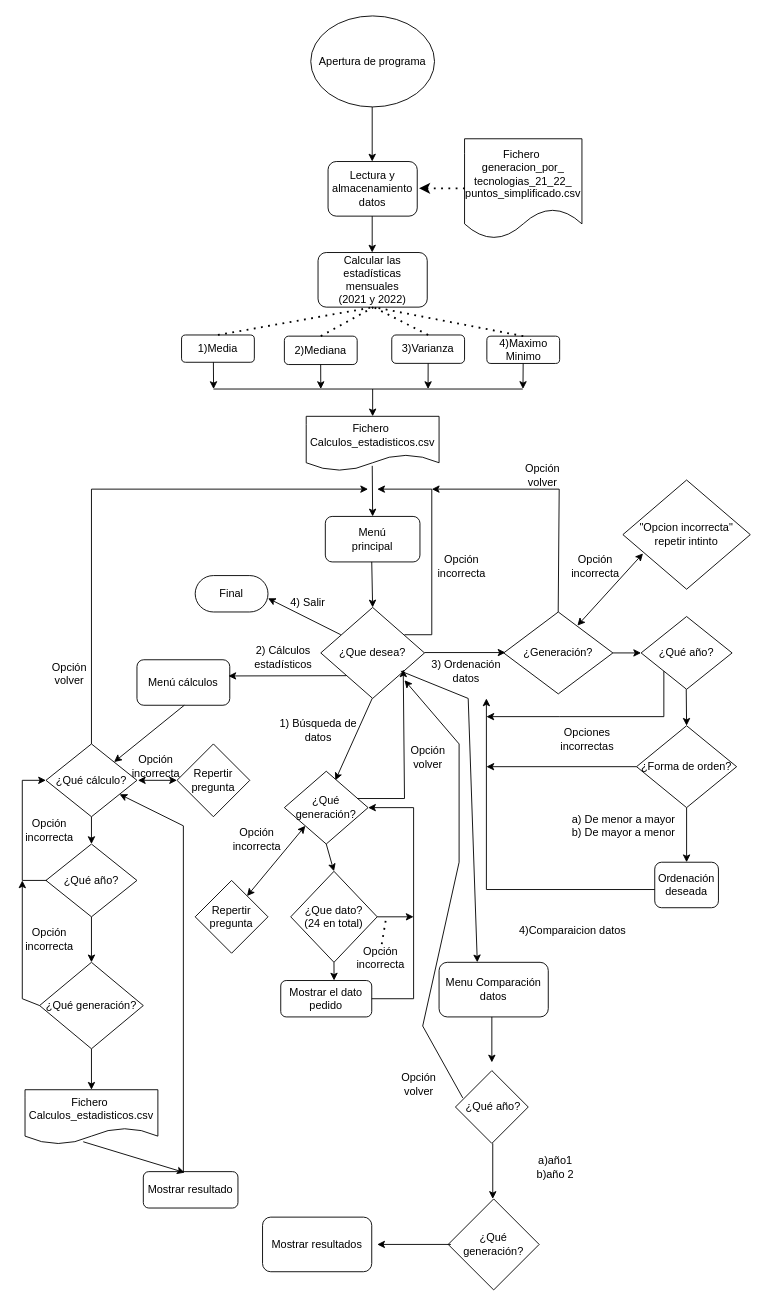
Above: Diagramas de flujo/Diagrama de flujo.drawio in aigora/tw_E10X_2022_2023-la_resistencia (draw.io), before the change. Source tidied: cells renumbered, new cells numbered last; positions are measured from the earlier drawing's top-left corner, leaving out a move shared by most shapes. Both pictures are drawn from the tidied source at 91%, with x=0, y=0 at pixel (22, 15).
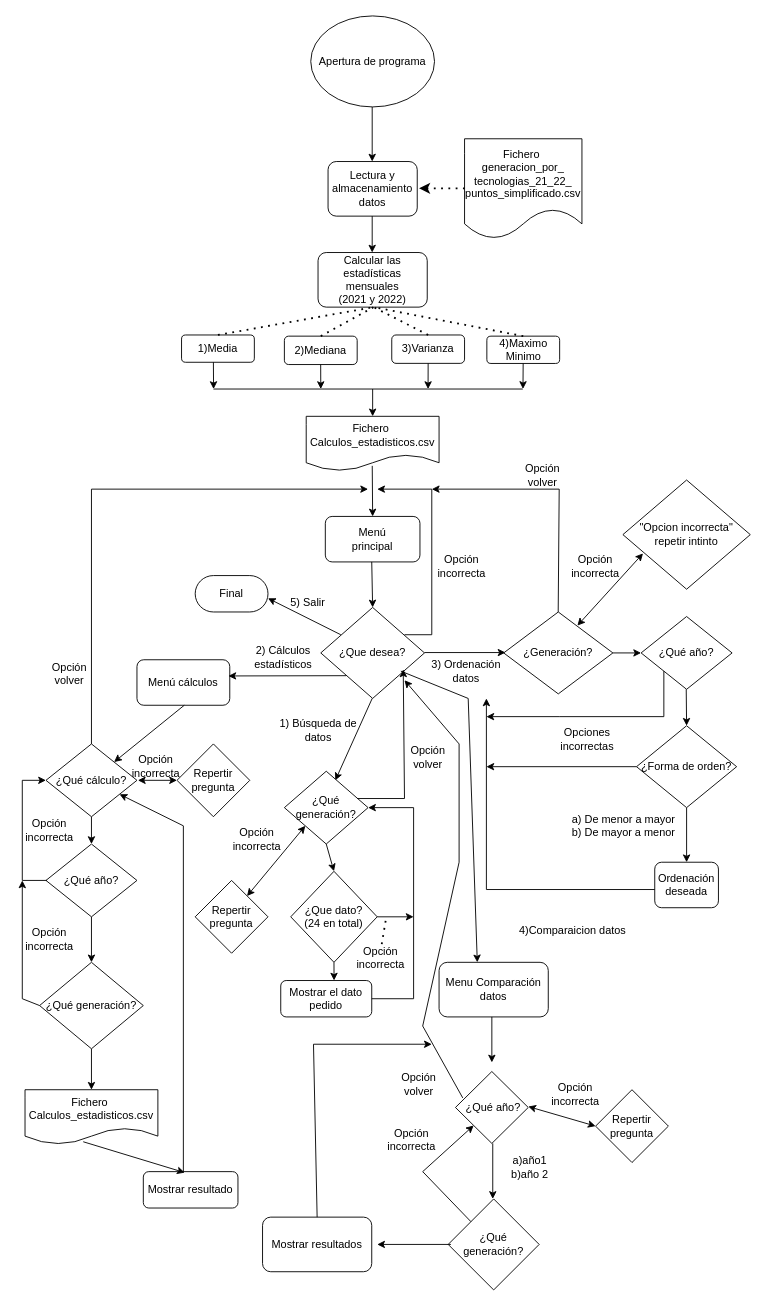
Above is the later version.

Unchanged cells that the change refers to:
```xml
<mxCell id="101" value="¿Qué generación?" style="rhombus;whiteSpace=wrap;html=1;" parent="1" vertex="1">
  <mxGeometry x="468" y="1300" width="100" height="100" as="geometry" />
</mxCell>
```

Diff of the diagram source:
```diff
@@
-    <mxCell id="8" value="4) Salir" style="text;html=1;strokeColor=none;fillColor=none;align=center;verticalAlign=middle;whiteSpace=wrap;rounded=0;" parent="1" vertex="1">
+    <mxCell id="8" value="5) Salir" style="text;html=1;strokeColor=none;fillColor=none;align=center;verticalAlign=middle;whiteSpace=wrap;rounded=0;" parent="1" vertex="1">
       <mxGeometry x="284" y="630" width="60" height="30" as="geometry" />
     </mxCell>
@@
     <mxCell id="96" value="&amp;nbsp;¿Qué año?" style="rhombus;whiteSpace=wrap;html=1;" parent="1" vertex="1">
-      <mxGeometry x="476" y="1159" width="80" height="80" as="geometry" />
+      <mxGeometry x="476" y="1160" width="80" height="79" as="geometry" />
     </mxCell>
@@
     <mxCell id="100" value="a)año1 &lt;br&gt;b)año 2" style="text;strokeColor=none;align=center;fillColor=none;html=1;verticalAlign=middle;whiteSpace=wrap;rounded=0;" parent="1" vertex="1">
-      <mxGeometry x="542" y="1250" width="88" height="30" as="geometry" />
+      <mxGeometry x="514" y="1250" width="88" height="30" as="geometry" />
     </mxCell>
@@
+    <mxCell id="104" style="endArrow=classic;html=1;rounded=0;" parent="1" edge="1">
+      <mxGeometry relative="1" as="geometry">
+        <mxPoint x="324" y="1320" as="sourcePoint" />
+        <mxPoint x="450" y="1130" as="targetPoint" />
+        <Array as="points">
+          <mxPoint x="320" y="1130" />
+        </Array>
+      </mxGeometry>
+    </mxCell>
+    <mxCell id="105" value="Repertir pregunta" style="rhombus;whiteSpace=wrap;html=1;" parent="1" vertex="1">
+      <mxGeometry x="630" y="1180" width="80" height="80" as="geometry" />
+    </mxCell>
+    <mxCell id="106" style="endArrow=classic;html=1;rounded=0;startArrow=classic;startFill=1;entryX=1;entryY=0.5;entryDx=0;entryDy=0;exitX=0;exitY=0.5;exitDx=0;exitDy=0;" parent="1" edge="1" source="105">
+      <mxGeometry relative="1" as="geometry">
+        <mxPoint x="556" y="1198.5" as="targetPoint" />
+      </mxGeometry>
+    </mxCell>
+    <mxCell id="107" value="Opción incorrecta" style="text;html=1;strokeColor=none;fillColor=none;align=center;verticalAlign=middle;whiteSpace=wrap;rounded=0;" parent="1" vertex="1">
+      <mxGeometry x="578" y="1170" width="60" height="30" as="geometry" />
+    </mxCell>
+    <mxCell id="108" style="endArrow=classic;html=1;rounded=0;exitX=0;exitY=0;exitDx=0;exitDy=0;entryX=0;entryY=1;entryDx=0;entryDy=0;" parent="1" edge="1" source="101" target="96">
+      <mxGeometry relative="1" as="geometry">
+        <Array as="points">
+          <mxPoint x="440" y="1270" />
+        </Array>
+      </mxGeometry>
+    </mxCell>
+    <mxCell id="109" value="Opción incorrecta" style="text;html=1;strokeColor=none;fillColor=none;align=center;verticalAlign=middle;whiteSpace=wrap;rounded=0;" parent="1" vertex="1">
+      <mxGeometry x="398" y="1220" width="60" height="30" as="geometry" />
+    </mxCell>
```
